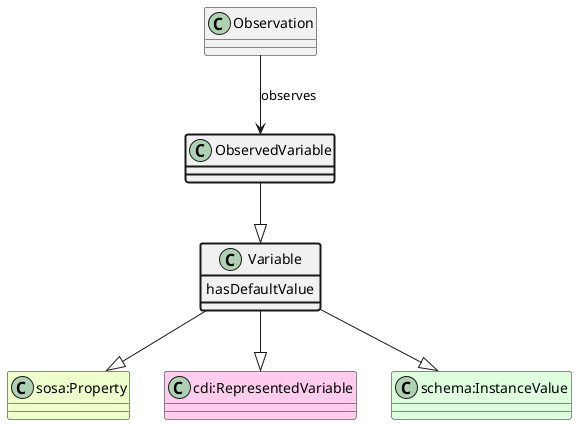
Above: ttl_uml/ttl_appn_ObservedVariable.png in aus-plant-phenomics-network/appn-schema (PlantUML), before the change.
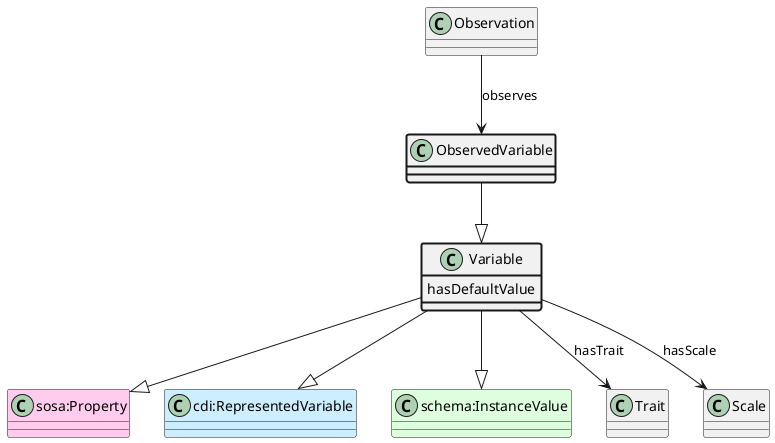
After the change.

The edit, as a diff of the source:
```diff
@@ -1,9 +1,9 @@
 @startuml
 class ObservedVariable  #line.bold
 class Variable
-class "sosa:Property" #EEFFCC
+class "sosa:Property" #FFCCEE
 Variable --|> "sosa:Property"
-class "cdi:RepresentedVariable" #FFCCEE
+class "cdi:RepresentedVariable" #CCEEFF
 Variable --|> "cdi:RepresentedVariable"
 class "schema:InstanceValue" #DDFFDD
 Variable --|> "schema:InstanceValue"
@@ -13,4 +13,8 @@
 class Variable #line.bold {
     hasDefaultValue
 }
+class Trait
+Variable --> Trait : hasTrait
+class Scale
+Variable --> Scale : hasScale
 @enduml
```
